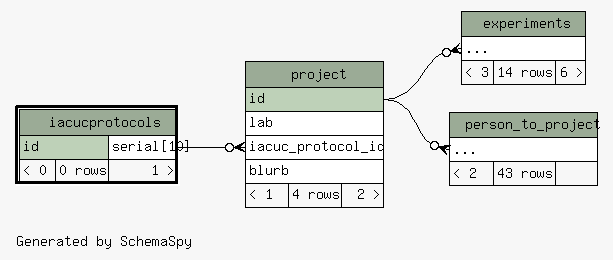
tgbugs/mlab keeps this Graphviz diagram as database/ss/diagrams/iacucprotocols.2degrees.png. Above is the earlier version. Its source is kept beside it as database/ss/diagrams/iacucprotocols.2degrees.dot.
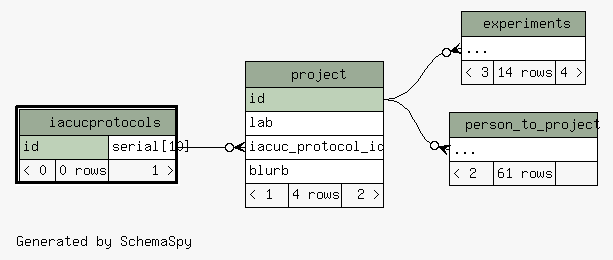
Later version of the same file.

What changed in the source:
```diff
@@ -25,7 +25,7 @@
     <TABLE BORDER="0" CELLBORDER="1" CELLSPACING="0" BGCOLOR="#ffffff">
       <TR><TD COLSPAN="3" BGCOLOR="#9bab96" ALIGN="CENTER">experiments</TD></TR>
       <TR><TD PORT="elipses" COLSPAN="3" ALIGN="LEFT">...</TD></TR>
-      <TR><TD ALIGN="LEFT" BGCOLOR="#f7f7f7">&lt; 3</TD><TD ALIGN="RIGHT" BGCOLOR="#f7f7f7">14 rows</TD><TD ALIGN="RIGHT" BGCOLOR="#f7f7f7">6 &gt;</TD></TR>
+      <TR><TD ALIGN="LEFT" BGCOLOR="#f7f7f7">&lt; 3</TD><TD ALIGN="RIGHT" BGCOLOR="#f7f7f7">14 rows</TD><TD ALIGN="RIGHT" BGCOLOR="#f7f7f7">4 &gt;</TD></TR>
     </TABLE>>
     URL="experiments.html"
     tooltip="experiments"
@@ -45,7 +45,7 @@
     <TABLE BORDER="0" CELLBORDER="1" CELLSPACING="0" BGCOLOR="#ffffff">
       <TR><TD COLSPAN="3" BGCOLOR="#9bab96" ALIGN="CENTER">person_to_project</TD></TR>
       <TR><TD PORT="elipses" COLSPAN="3" ALIGN="LEFT">...</TD></TR>
-      <TR><TD ALIGN="LEFT" BGCOLOR="#f7f7f7">&lt; 2</TD><TD ALIGN="RIGHT" BGCOLOR="#f7f7f7">43 rows</TD><TD ALIGN="RIGHT" BGCOLOR="#f7f7f7">  </TD></TR>
+      <TR><TD ALIGN="LEFT" BGCOLOR="#f7f7f7">&lt; 2</TD><TD ALIGN="RIGHT" BGCOLOR="#f7f7f7">61 rows</TD><TD ALIGN="RIGHT" BGCOLOR="#f7f7f7">  </TD></TR>
     </TABLE>>
     URL="person_to_project.html"
     tooltip="person_to_project"
```
